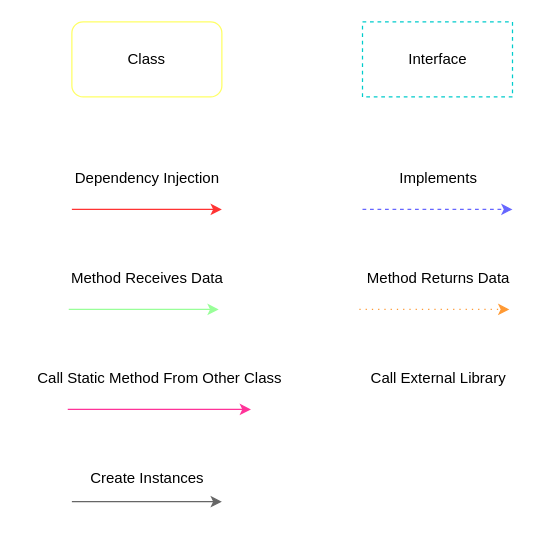
The draw.io diagram draw.io-diagrams/caption.dio in developerlucasmarques/virtual-store, before the edit. Source tidied: cells renumbered, new cells numbered last; positions are measured from the earlier drawing's top-left corner, leaving out a move shared by most shapes. Both pictures are drawn from the tidied source at 125%, with x=0, y=0 at pixel (21, 21).
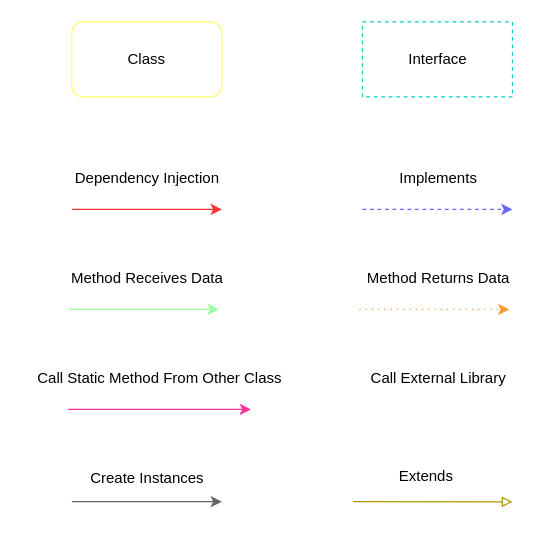
After the change.

Commit message:
docs: create extends caption

Change to the diagram source:
```diff
@@
+    <mxCell id="25" style="endArrow=block;html=1;fillColor=#e3c800;strokeColor=#B09500;endFill=0;" parent="1" edge="1">
+      <mxGeometry relative="1" as="geometry">
+        <mxPoint x="265" y="383.8" as="sourcePoint" />
+        <mxPoint x="392.5" y="384" as="targetPoint" />
+      </mxGeometry>
+    </mxCell>
+    <mxCell id="26" value="&lt;div style=&quot;text-align: center;&quot;&gt;&lt;span style=&quot;background-color: initial;&quot;&gt;Extends&lt;/span&gt;&lt;/div&gt;" style="text;whiteSpace=wrap;html=1;" parent="1" vertex="1">
+      <mxGeometry x="300" y="350" width="47.5" height="30" as="geometry" />
+    </mxCell>
```
